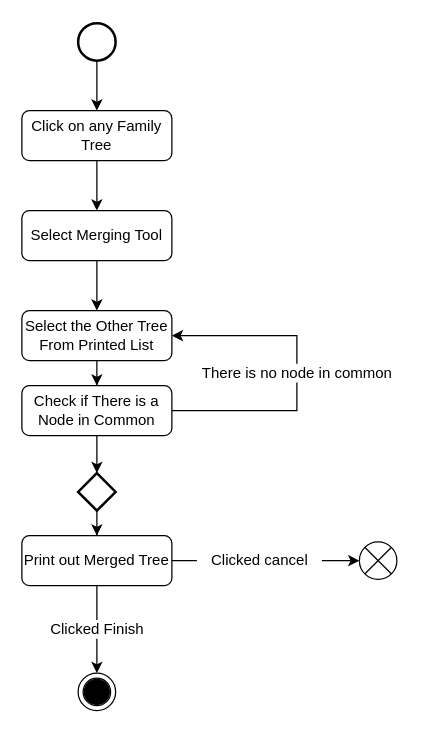
Above: Documents/Design Document/activity diagrams/merge_activity_diagram.drawio in ozanyucell/SE302-Team9 (draw.io), before the change. Source tidied: cells renumbered, new cells numbered last; positions are measured from the earlier drawing's top-left corner, leaving out a move shared by most shapes. Both pictures are drawn from the tidied source at 125%, with x=0, y=0 at pixel (21, 22).
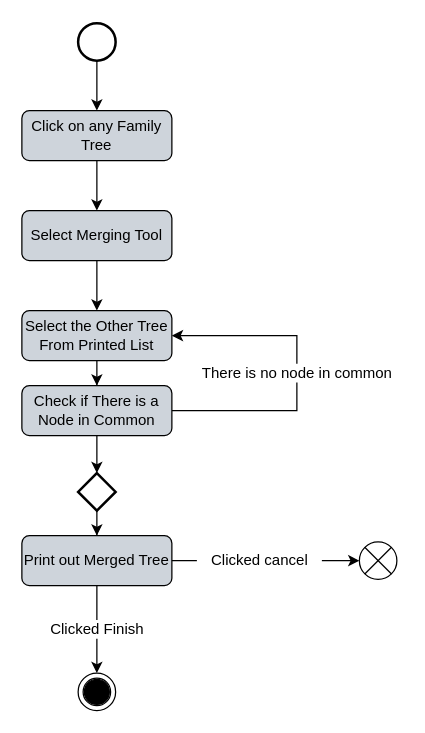
The same diagram, later.

Commit message (it also covers changes not shown here):
coloured activity diagrams

Diff of the diagram source:
```diff
@@
-    <mxCell id="4" value="Click on any Family Tree" style="rounded=1;whiteSpace=wrap;html=1;fontSize=12;glass=0;strokeWidth=1;shadow=0;" parent="1" vertex="1">
+    <mxCell id="4" value="Click on any Family Tree" style="rounded=1;whiteSpace=wrap;html=1;fontSize=12;glass=0;strokeWidth=1;shadow=0;fillColor=#ced4db;" parent="1" vertex="1">
       <mxGeometry y="70" width="120" height="40" as="geometry" />
     </mxCell>
@@
-    <mxCell id="9" value="Select Merging Tool" style="rounded=1;whiteSpace=wrap;html=1;fontSize=12;glass=0;strokeWidth=1;shadow=0;" parent="1" vertex="1">
+    <mxCell id="9" value="Select Merging Tool" style="rounded=1;whiteSpace=wrap;html=1;fontSize=12;glass=0;strokeWidth=1;shadow=0;fillColor=#ced4db;" parent="1" vertex="1">
       <mxGeometry y="150" width="120" height="40" as="geometry" />
     </mxCell>
@@
-    <mxCell id="11" value="Select the Other Tree From Printed List" style="rounded=1;whiteSpace=wrap;html=1;fontSize=12;glass=0;strokeWidth=1;shadow=0;" parent="1" vertex="1">
+    <mxCell id="11" value="Select the Other Tree From Printed List" style="rounded=1;whiteSpace=wrap;html=1;fontSize=12;glass=0;strokeWidth=1;shadow=0;fillColor=#ced4db;" parent="1" vertex="1">
       <mxGeometry y="230" width="120" height="40" as="geometry" />
     </mxCell>
@@
-    <mxCell id="16" value="Print out Merged Tree" style="rounded=1;whiteSpace=wrap;html=1;fontSize=12;glass=0;strokeWidth=1;shadow=0;" parent="1" vertex="1">
+    <mxCell id="16" value="Print out Merged Tree" style="rounded=1;whiteSpace=wrap;html=1;fontSize=12;glass=0;strokeWidth=1;shadow=0;fillColor=#CED4DB;" parent="1" vertex="1">
       <mxGeometry y="410" width="120" height="40" as="geometry" />
     </mxCell>
@@
-    <mxCell id="23" value="Check if There is a Node in Common" style="rounded=1;whiteSpace=wrap;html=1;fontSize=12;glass=0;strokeWidth=1;shadow=0;" parent="1" vertex="1">
+    <mxCell id="23" value="Check if There is a Node in Common" style="rounded=1;whiteSpace=wrap;html=1;fontSize=12;glass=0;strokeWidth=1;shadow=0;fillColor=#CED4DB;" parent="1" vertex="1">
       <mxGeometry y="290" width="120" height="40" as="geometry" />
     </mxCell>
```
